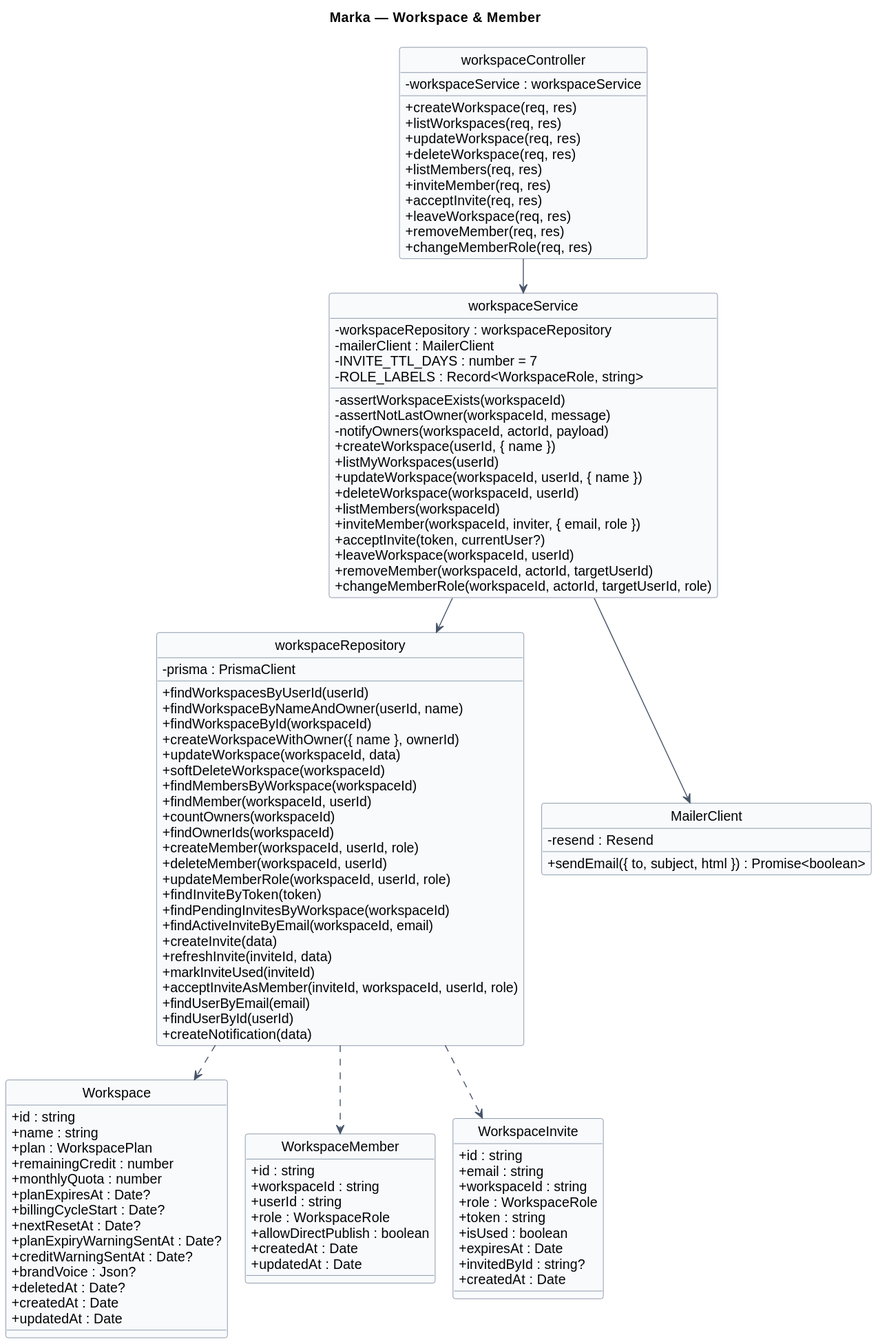
The PlantUML diagram docs/diagrams/02-workspace.svg in Pham-Hong-Ky/marka-capstone, before a commit.
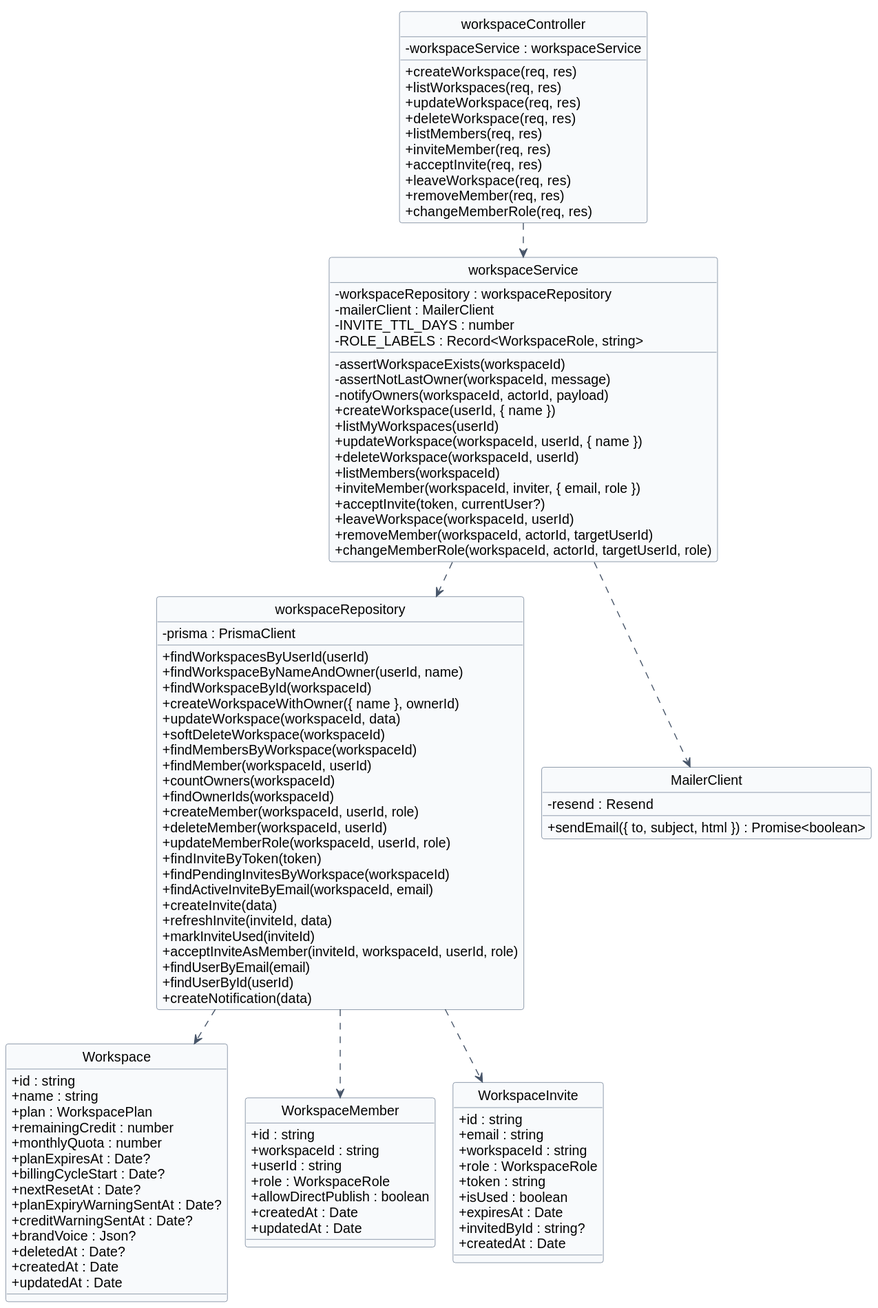
The same file after the commit.

Change to the diagram source:
```diff
@@ -2,7 +2,6 @@
 hide circle
 hide stereotype
 !pragma layout smetana
-title Marka — Workspace & Member
 
 skinparam classAttributeIconSize 0
 skinparam linetype ortho
@@ -72,7 +71,7 @@
 class "workspaceService" as workspaceService {
   - workspaceRepository : workspaceRepository
   - mailerClient : MailerClient
-  - INVITE_TTL_DAYS : number = 7
+  - INVITE_TTL_DAYS : number
   - ROLE_LABELS : Record<WorkspaceRole, string>
   - assertWorkspaceExists(workspaceId)
   - assertNotLastOwner(workspaceId, message)
@@ -121,9 +120,9 @@
   + sendEmail({ to, subject, html }) : Promise<boolean>
 }
 
-workspaceController --> workspaceService
-workspaceService --> workspaceRepository
-workspaceService --> mailerClient
+workspaceController ..> workspaceService
+workspaceService ..> workspaceRepository
+workspaceService ..> mailerClient
 workspaceRepository ..> Workspace
 workspaceRepository ..> WorkspaceMember
 workspaceRepository ..> WorkspaceInvite
```
